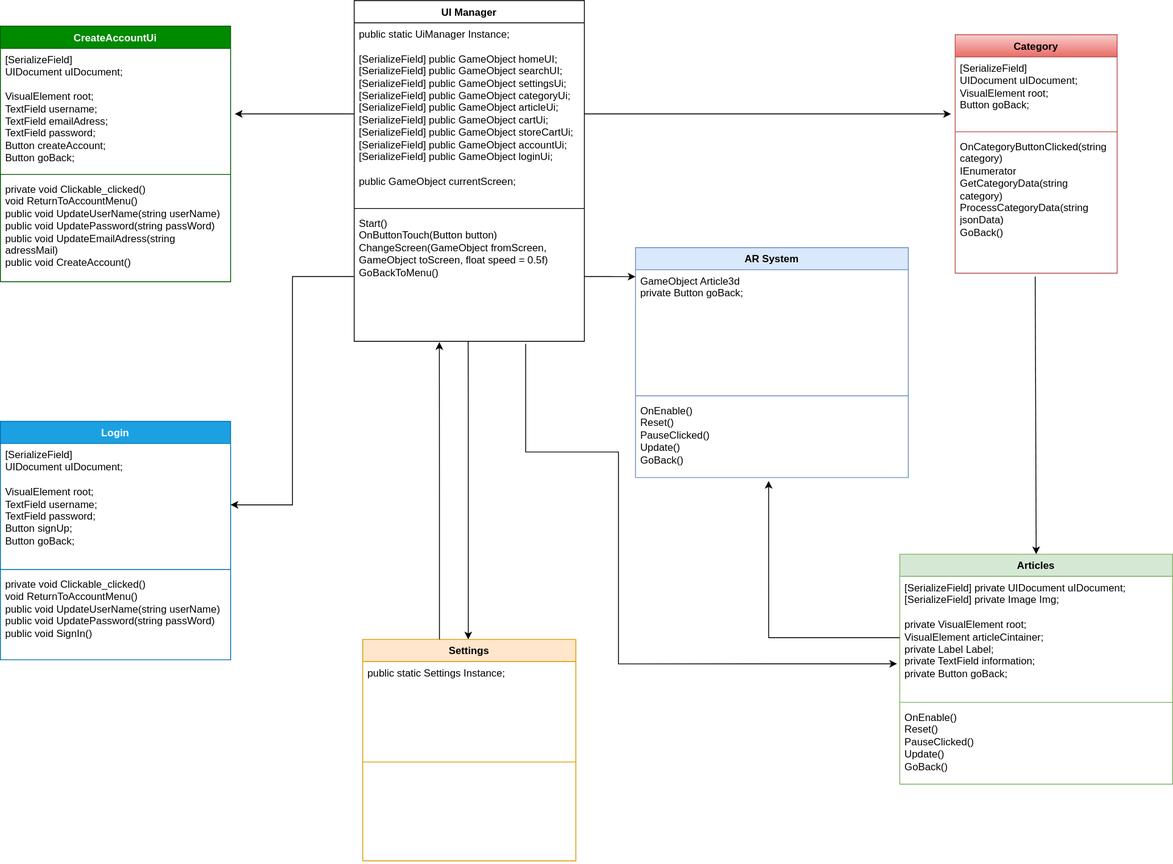
Earlier version of the draw.io export DiagrammeClass.drawio.drawio.svg (Ashura100/Projet4). Source tidied: cells renumbered, new cells last; positions are measured from the earlier drawing's top-left corner, leaving out a move shared by most shapes.
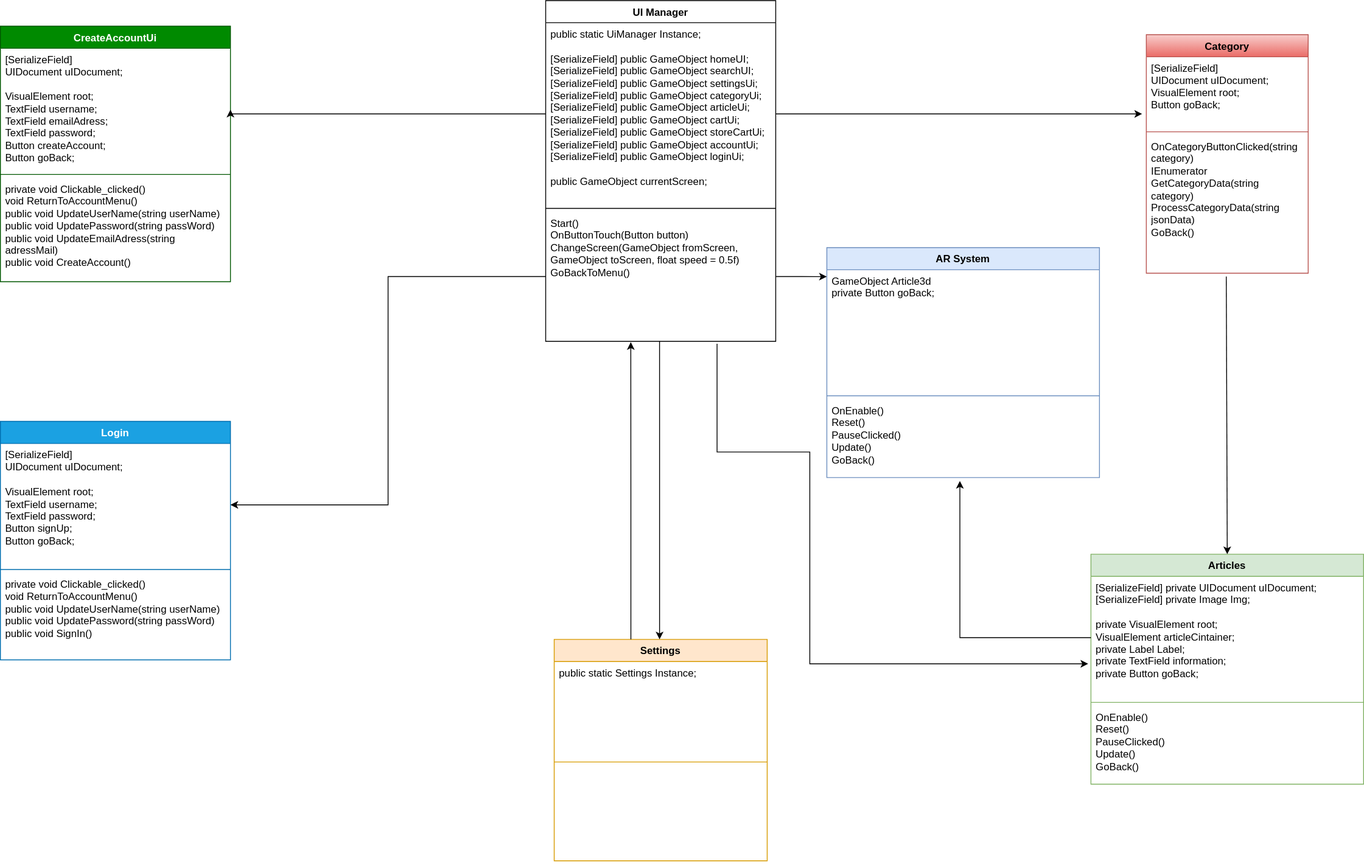
After the change.

Commit message:
Mettre à jour DiagrammeClass.drawio.drawio.svg

The edit, as a diff of the source:
```diff
@@ -5,11 +5,6 @@
     <mxCell id="2" value="UI Manager" style="swimlane;fontStyle=1;align=center;verticalAlign=top;horizontal=1;startSize=26;whiteSpace=wrap;html=1;" parent="1" vertex="1">
       <mxGeometry x="415" width="270" height="400" as="geometry" />
     </mxCell>
-    <mxCell id="3" style="edgeStyle=orthogonalEdgeStyle;rounded=0;jettySize=auto;html=1;" parent="2" edge="1" source="4">
-      <mxGeometry relative="1" as="geometry">
-        <mxPoint x="-140" y="133" as="targetPoint" />
-      </mxGeometry>
-    </mxCell>
     <mxCell id="4" value="&lt;div&gt;public static UiManager Instance;&lt;/div&gt;&lt;div&gt;&lt;br&gt;&lt;/div&gt;&lt;div&gt;&lt;span style=&quot;background-color: initial;&quot;&gt;[SerializeField] public GameObject homeUI;&lt;/span&gt;&lt;/div&gt;&lt;div&gt;[SerializeField] public GameObject searchUI;&lt;/div&gt;&lt;div&gt;[SerializeField] public GameObject settingsUi;&lt;/div&gt;&lt;div&gt;[SerializeField] public GameObject categoryUi;&lt;/div&gt;&lt;div&gt;[SerializeField] public GameObject articleUi;&lt;/div&gt;&lt;div&gt;[SerializeField] public GameObject cartUi;&lt;/div&gt;&lt;div&gt;[SerializeField] public GameObject storeCartUi;&lt;/div&gt;&lt;div&gt;[SerializeField] public GameObject accountUi&lt;span style=&quot;background-color: initial;&quot;&gt;;&lt;/span&gt;&lt;/div&gt;&lt;div&gt;[SerializeField] public GameObject loginUi;&lt;span style=&quot;background-color: initial;&quot;&gt;&lt;br&gt;&lt;/span&gt;&lt;/div&gt;&lt;div&gt;&lt;br&gt;&lt;/div&gt;&lt;div&gt;public GameObject currentScreen;&lt;/div&gt;" style="text;strokeColor=none;fillColor=none;align=left;verticalAlign=top;spacingLeft=4;spacingRight=4;overflow=hidden;points=[[0,0.5],[1,0.5]];portConstraint=eastwest;whiteSpace=wrap;html=1;" parent="2" vertex="1">
       <mxGeometry y="26" width="270" height="214" as="geometry" />
     </mxCell>
@@ -44,7 +39,7 @@
       <mxGeometry y="118" width="190" height="162" as="geometry" />
     </mxCell>
     <mxCell id="15" value="CreateAccountUi" style="swimlane;fontStyle=1;align=center;verticalAlign=top;horizontal=1;startSize=26;whiteSpace=wrap;html=1;fillColor=#008a00;strokeColor=#005700;fontColor=#ffffff;" parent="1" vertex="1">
-      <mxGeometry y="30" width="270" height="300" as="geometry" />
+      <mxGeometry x="-225" y="30" width="270" height="300" as="geometry" />
     </mxCell>
     <mxCell id="16" value="&lt;div&gt;[SerializeField]&lt;/div&gt;&lt;div&gt;UIDocument uIDocument;&lt;/div&gt;&lt;div&gt;&lt;br&gt;&lt;/div&gt;&lt;div&gt;VisualElement root;&lt;/div&gt;&lt;div&gt;TextField username;&lt;/div&gt;&lt;div&gt;TextField emailAdress;&lt;/div&gt;&lt;div&gt;TextField password;&lt;/div&gt;&lt;div&gt;Button createAccount;&lt;/div&gt;&lt;div&gt;Button goBack;&lt;/div&gt;" style="text;strokeColor=none;fillColor=none;align=left;verticalAlign=top;spacingLeft=4;spacingRight=4;overflow=hidden;points=[[0,0.5],[1,0.5]];portConstraint=eastwest;whiteSpace=wrap;html=1;" parent="15" vertex="1">
       <mxGeometry y="26" width="270" height="144" as="geometry" />
@@ -56,7 +51,7 @@
       <mxGeometry y="178" width="270" height="122" as="geometry" />
     </mxCell>
     <mxCell id="19" value="Login" style="swimlane;fontStyle=1;align=center;verticalAlign=top;horizontal=1;startSize=26;whiteSpace=wrap;html=1;fillColor=#1ba1e2;strokeColor=#006EAF;fontColor=#ffffff;" parent="1" vertex="1">
-      <mxGeometry y="494" width="270" height="280" as="geometry" />
+      <mxGeometry x="-225" y="494" width="270" height="280" as="geometry" />
     </mxCell>
     <mxCell id="20" value="&lt;div&gt;[SerializeField]&lt;/div&gt;&lt;div&gt;UIDocument uIDocument;&lt;/div&gt;&lt;div&gt;&lt;br&gt;&lt;/div&gt;&lt;div&gt;VisualElement root;&lt;/div&gt;&lt;div&gt;TextField username;&lt;/div&gt;&lt;div&gt;TextField password;&lt;/div&gt;&lt;div&gt;Button signUp;&lt;/div&gt;&lt;div&gt;Button goBack;&lt;/div&gt;" style="text;strokeColor=none;fillColor=none;align=left;verticalAlign=top;spacingLeft=4;spacingRight=4;overflow=hidden;points=[[0,0.5],[1,0.5]];portConstraint=eastwest;whiteSpace=wrap;html=1;" parent="19" vertex="1">
       <mxGeometry y="26" width="270" height="144" as="geometry" />
@@ -134,5 +129,12 @@
         </Array>
       </mxGeometry>
     </mxCell>
+    <mxCell id="3" style="edgeStyle=orthogonalEdgeStyle;rounded=0;jettySize=auto;html=1;entryX=1;entryY=0.5;entryDx=0;entryDy=0;" parent="1" edge="1" source="4" target="16">
+      <mxGeometry relative="1" as="geometry">
+        <Array as="points">
+          <mxPoint x="45" y="133" />
+        </Array>
+      </mxGeometry>
+    </mxCell>
   </root>
 </mxGraphModel>
```
